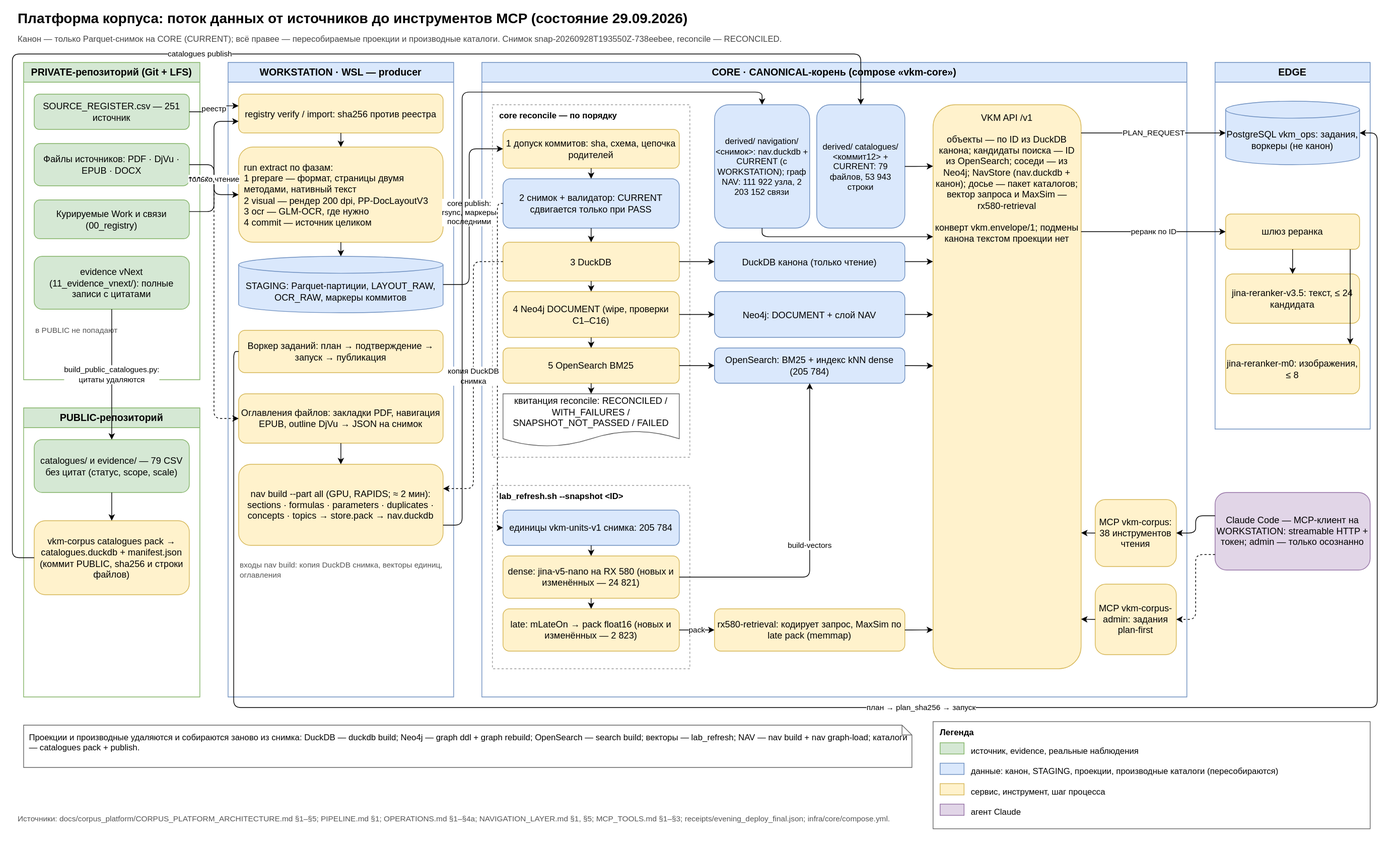
Above: docs/diagrams/platform_data_flow.svg in SUKUNA-AI/vkm-subsidence-forecasting (draw.io), before the change. Source tidied: cells renumbered, new cells last; positions are measured from the earlier drawing's top-left corner, leaving out a move shared by most shapes.
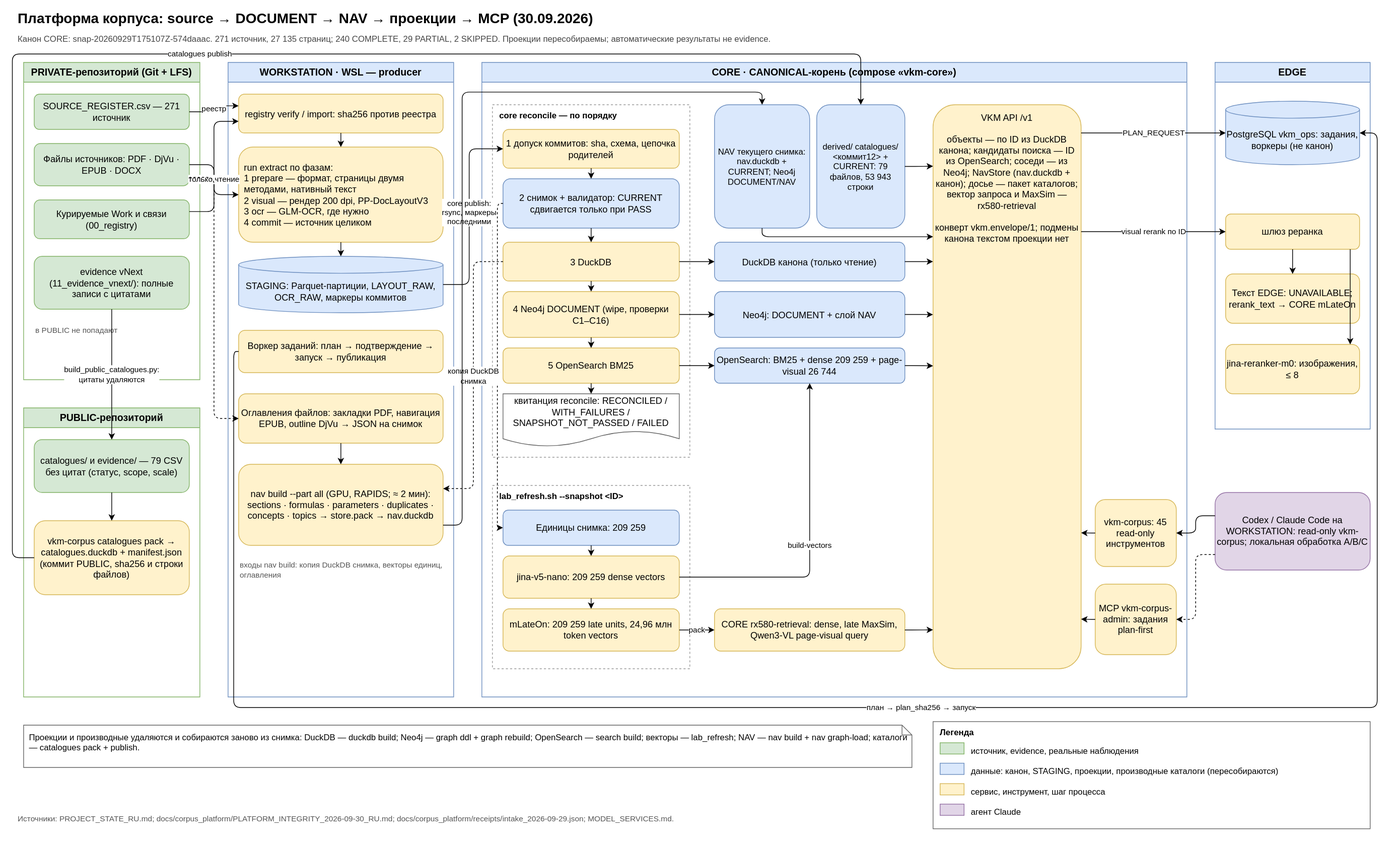
The same file after the commit.

What changed in the source:
```diff
@@ -2,16 +2,16 @@
   <root>
     <mxCell id="0" />
     <mxCell id="1" parent="0" />
-    <mxCell id="2" value="Платформа корпуса: поток данных от источников до инструментов MCP (состояние 29.09.2026)" style="text;align=left;fontSize=20;fontStyle=1;html=1;verticalAlign=middle;whiteSpace=wrap;" parent="1" vertex="1">
+    <mxCell id="2" value="Платформа корпуса: source → DOCUMENT → NAV → проекции → MCP (30.09.2026)" style="text;align=left;fontSize=20;fontStyle=1;html=1;verticalAlign=middle;whiteSpace=wrap;" parent="1" vertex="1">
       <mxGeometry x="6" width="1920" height="30" as="geometry" />
     </mxCell>
-    <mxCell id="3" value="Канон — только Parquet-снимок на CORE (CURRENT); всё правее — пересобираемые проекции и производные каталоги. Снимок snap-20260928T193550Z-738eebee, reconcile — RECONCILED." style="text;align=left;fontColor=#444444;fontSize=12;html=1;verticalAlign=middle;whiteSpace=wrap;" parent="1" vertex="1">
+    <mxCell id="3" value="Канон CORE: snap-20260929T175107Z-574daaac. 271 источник, 27 135 страниц; 240 COMPLETE, 29 PARTIAL, 2 SKIPPED. Проекции пересобираемы; автоматические результаты не evidence." style="text;align=left;fontColor=#444444;fontSize=12;html=1;verticalAlign=middle;whiteSpace=wrap;" parent="1" vertex="1">
       <mxGeometry x="6" y="32" width="1920" height="25" as="geometry" />
     </mxCell>
     <mxCell id="4" value="PRIVATE-репозиторий (Git + LFS)" style="swimlane;fillColor=#d5e8d4;fontSize=14;fontStyle=1;html=1;rounded=0;startSize=28;strokeColor=#82b366;swimlaneFillColor=#ffffff;whiteSpace=wrap;" parent="1" vertex="1">
       <mxGeometry x="16" y="78" width="250" height="450" as="geometry" />
     </mxCell>
-    <mxCell id="5" value="SOURCE_REGISTER.csv — 251 источник" style="fillColor=#d5e8d4;fontSize=13;html=1;rounded=1;strokeColor=#82b366;whiteSpace=wrap;" parent="4" vertex="1">
+    <mxCell id="5" value="SOURCE_REGISTER.csv — 271 источник" style="fillColor=#d5e8d4;fontSize=13;html=1;rounded=1;strokeColor=#82b366;whiteSpace=wrap;" parent="4" vertex="1">
       <mxGeometry x="15" y="45" width="220" height="50" as="geometry" />
     </mxCell>
     <mxCell id="6" value="Файлы источников: PDF · DjVu · EPUB · DOCX" style="fillColor=#d5e8d4;fontSize=13;html=1;rounded=1;strokeColor=#82b366;whiteSpace=wrap;" parent="4" vertex="1">
@@ -86,16 +86,16 @@
     <mxCell id="29" value="lab_refresh.sh --snapshot &amp;lt;ID&amp;gt;" style="align=left;dashed=1;fillColor=none;fontSize=12;fontStyle=1;html=1;rounded=0;spacingLeft=8;spacingTop=2;strokeColor=#999999;verticalAlign=top;whiteSpace=wrap;" parent="21" vertex="1">
       <mxGeometry x="15" y="600" width="280" height="260" as="geometry" />
     </mxCell>
-    <mxCell id="30" value="единицы vkm-units-v1 снимка: 205 784" style="fillColor=#dae8fc;fontSize=13;html=1;rounded=1;strokeColor=#6c8ebf;whiteSpace=wrap;" parent="29" vertex="1">
+    <mxCell id="30" value="Единицы снимка: 209 259" style="fillColor=#dae8fc;fontSize=13;html=1;rounded=1;strokeColor=#6c8ebf;whiteSpace=wrap;" parent="29" vertex="1">
       <mxGeometry x="15" y="35" width="250" height="50" as="geometry" />
     </mxCell>
-    <mxCell id="31" value="dense: jina-v5-nano на RX 580 (новых и изменённых — 24 821)" style="fillColor=#fff2cc;fontSize=13;html=1;rounded=1;strokeColor=#d6b656;whiteSpace=wrap;" parent="29" vertex="1">
+    <mxCell id="31" value="jina-v5-nano: 209 259 dense vectors" style="fillColor=#fff2cc;fontSize=13;html=1;rounded=1;strokeColor=#d6b656;whiteSpace=wrap;" parent="29" vertex="1">
       <mxGeometry x="15" y="100" width="250" height="60" as="geometry" />
     </mxCell>
-    <mxCell id="32" value="late: mLateOn → pack float16 (новых и изменённых — 2 823)" style="fillColor=#fff2cc;fontSize=13;html=1;rounded=1;strokeColor=#d6b656;whiteSpace=wrap;" parent="29" vertex="1">
+    <mxCell id="32" value="mLateOn: 209 259 late units, 24,96 млн token vectors" style="fillColor=#fff2cc;fontSize=13;html=1;rounded=1;strokeColor=#d6b656;whiteSpace=wrap;" parent="29" vertex="1">
       <mxGeometry x="15" y="175" width="250" height="60" as="geometry" />
     </mxCell>
-    <mxCell id="33" value="derived/ navigation/ &amp;lt;снимок&amp;gt;: nav.duckdb + CURRENT (с WORKSTATION); граф NAV: 111 922 узла, 2 203 152 связи" style="fillColor=#dae8fc;fontSize=12;html=1;rounded=1;strokeColor=#6c8ebf;whiteSpace=wrap;" parent="21" vertex="1">
+    <mxCell id="33" value="NAV текущего снимка: nav.duckdb + CURRENT; Neo4j DOCUMENT/NAV" style="fillColor=#dae8fc;fontSize=12;html=1;rounded=1;strokeColor=#6c8ebf;whiteSpace=wrap;" parent="21" vertex="1">
       <mxGeometry x="330" y="60" width="135" height="175" as="geometry" />
     </mxCell>
     <mxCell id="34" value="derived/ catalogues/ &amp;lt;коммит12&amp;gt; + CURRENT: 79 файлов, 53 943 строки" style="fillColor=#dae8fc;fontSize=12;html=1;rounded=1;strokeColor=#6c8ebf;whiteSpace=wrap;" parent="21" vertex="1">
@@ -107,16 +107,16 @@
     <mxCell id="36" value="Neo4j: DOCUMENT + слой NAV" style="fillColor=#dae8fc;fontSize=13;html=1;rounded=1;strokeColor=#6c8ebf;whiteSpace=wrap;" parent="21" vertex="1">
       <mxGeometry x="330" y="325" width="270" height="65" as="geometry" />
     </mxCell>
-    <mxCell id="37" value="OpenSearch: BM25 + индекс kNN dense (205 784)" style="fillColor=#dae8fc;fontSize=13;html=1;rounded=1;strokeColor=#6c8ebf;whiteSpace=wrap;" parent="21" vertex="1">
+    <mxCell id="37" value="OpenSearch: BM25 + dense 209 259 + page-visual 26 744" style="fillColor=#dae8fc;fontSize=13;html=1;rounded=1;strokeColor=#6c8ebf;whiteSpace=wrap;" parent="21" vertex="1">
       <mxGeometry x="330" y="405" width="270" height="50" as="geometry" />
     </mxCell>
-    <mxCell id="38" value="rx580-retrieval: кодирует запрос, MaxSim по late pack (memmap)" style="fillColor=#fff2cc;fontSize=13;html=1;rounded=1;strokeColor=#d6b656;whiteSpace=wrap;" parent="21" vertex="1">
+    <mxCell id="38" value="CORE rx580-retrieval: dense, late MaxSim, Qwen3-VL page-visual query" style="fillColor=#fff2cc;fontSize=13;html=1;rounded=1;strokeColor=#d6b656;whiteSpace=wrap;" parent="21" vertex="1">
       <mxGeometry x="330" y="775" width="270" height="60" as="geometry" />
     </mxCell>
     <mxCell id="39" value="VKM API /v1&lt;br&gt;&lt;br&gt;объекты — по ID из DuckDB канона; кандидаты поиска — ID из OpenSearch; соседи — из Neo4j; NavStore (nav.duckdb + канон); досье — пакет каталогов; вектор запроса и MaxSim — rx580-retrieval&lt;br&gt;&lt;br&gt;конверт vkm.envelope/1; подмены канона текстом проекции нет" style="fillColor=#fff2cc;fontSize=13;html=1;rounded=1;spacingTop=4;strokeColor=#d6b656;verticalAlign=top;whiteSpace=wrap;" parent="21" vertex="1">
       <mxGeometry x="640" y="60" width="210" height="800" as="geometry" />
     </mxCell>
-    <mxCell id="40" value="MCP vkm-corpus: 38 инструментов чтения" style="fillColor=#fff2cc;fontSize=13;html=1;rounded=1;strokeColor=#d6b656;whiteSpace=wrap;" parent="21" vertex="1">
+    <mxCell id="40" value="vkm-corpus: 45 read-only инструментов" style="fillColor=#fff2cc;fontSize=13;html=1;rounded=1;strokeColor=#d6b656;whiteSpace=wrap;" parent="21" vertex="1">
       <mxGeometry x="870" y="620" width="115" height="95" as="geometry" />
     </mxCell>
     <mxCell id="41" value="MCP vkm-corpus-admin: задания plan-first" style="fillColor=#fff2cc;fontSize=13;html=1;rounded=1;strokeColor=#d6b656;whiteSpace=wrap;" parent="21" vertex="1">
@@ -131,13 +131,13 @@
     <mxCell id="44" value="шлюз реранка" style="fillColor=#fff2cc;fontSize=13;html=1;rounded=1;strokeColor=#d6b656;whiteSpace=wrap;" parent="42" vertex="1">
       <mxGeometry x="15" y="215" width="190" height="50" as="geometry" />
     </mxCell>
-    <mxCell id="45" value="jina-reranker-v3.5: текст, ≤ 24 кандидата" style="fillColor=#fff2cc;fontSize=13;html=1;rounded=1;strokeColor=#d6b656;whiteSpace=wrap;" parent="42" vertex="1">
+    <mxCell id="45" value="Текст EDGE: UNAVAILABLE; rerank_text → CORE mLateOn" style="fillColor=#fff2cc;fontSize=13;html=1;rounded=1;strokeColor=#d6b656;whiteSpace=wrap;" parent="42" vertex="1">
       <mxGeometry x="15" y="300" width="190" height="70" as="geometry" />
     </mxCell>
     <mxCell id="46" value="jina-reranker-m0: изображения, ≤ 8" style="fillColor=#fff2cc;fontSize=13;html=1;rounded=1;strokeColor=#d6b656;whiteSpace=wrap;" parent="42" vertex="1">
       <mxGeometry x="15" y="400" width="190" height="70" as="geometry" />
     </mxCell>
-    <mxCell id="47" value="Claude Code — MCP-клиент на WORKSTATION: streamable HTTP + токен; admin — только осознанно" style="fillColor=#e1d5e7;fontSize=13;html=1;rounded=1;strokeColor=#9673a6;whiteSpace=wrap;" parent="1" vertex="1">
+    <mxCell id="47" value="Codex / Claude Code на WORKSTATION: read-only vkm-corpus; локальная обработка A/B/C" style="fillColor=#e1d5e7;fontSize=13;html=1;rounded=1;strokeColor=#9673a6;whiteSpace=wrap;" parent="1" vertex="1">
       <mxGeometry x="1706" y="688" width="220" height="110" as="geometry" />
     </mxCell>
     <mxCell id="48" value="Проекции и производные удаляются и собираются заново из снимка: DuckDB — duckdb build; Neo4j — graph ddl + graph rebuild; OpenSearch — search build; векторы — lab_refresh; NAV — nav build + nav graph-load; каталоги — catalogues pack + publish." style="align=left;backgroundOutline=1;fillColor=#ffffff;fontSize=12;html=1;shape=note;size=14;spacingLeft=6;spacingTop=4;strokeColor=#666666;verticalAlign=top;whiteSpace=wrap;" parent="1" vertex="1">
@@ -170,7 +170,7 @@
     <mxCell id="57" value="агент Claude" style="text;align=left;fontSize=12;html=1;verticalAlign=top;whiteSpace=wrap;" parent="49" vertex="1">
       <mxGeometry x="52" y="115" width="560" height="25" as="geometry" />
     </mxCell>
-    <mxCell id="58" value="Источники: docs/corpus_platform/CORPUS_PLATFORM_ARCHITECTURE.md §1–§5; PIPELINE.md §1; OPERATIONS.md §1–§4a; NAVIGATION_LAYER.md §1, §5; MCP_TOOLS.md §1–§3; receipts/evening_deploy_final.json; infra/core/compose.yml." style="text;align=left;fontColor=#555555;fontSize=11;html=1;verticalAlign=middle;whiteSpace=wrap;" parent="1" vertex="1">
+    <mxCell id="58" value="Источники: PROJECT_STATE_RU.md; docs/corpus_platform/PLATFORM_INTEGRITY_2026-09-30_RU.md; docs/corpus_platform/receipts/intake_2026-09-29.json; MODEL_SERVICES.md." style="text;align=left;fontColor=#555555;fontSize=11;html=1;verticalAlign=middle;whiteSpace=wrap;" parent="1" vertex="1">
       <mxGeometry x="6" y="1138" width="1920" height="25" as="geometry" />
     </mxCell>
     <mxCell id="59" value="реестр" style="edgeStyle=orthogonalEdgeStyle;endArrow=classic;entryDx=0;entryDy=0;entryX=0;entryY=0.3;exitDx=0;exitDy=0;exitX=1;exitY=0.5;fontSize=11;html=1;labelBackgroundColor=#ffffff;rounded=1;" parent="1" edge="1" source="5" target="14">
@@ -307,7 +307,7 @@
     <mxCell id="92" style="edgeStyle=orthogonalEdgeStyle;endArrow=classic;entryDx=0;entryDy=0;entryX=1;entryY=0.912;exitDx=0;exitDy=0;exitX=0;exitY=0.5;fontSize=11;html=1;labelBackgroundColor=#ffffff;rounded=1;" parent="1" edge="1" source="41" target="39">
       <mxGeometry relative="1" as="geometry" />
     </mxCell>
-    <mxCell id="93" value="реранк по ID" style="edgeStyle=orthogonalEdgeStyle;endArrow=classic;entryDx=0;entryDy=0;entryX=0;entryY=0.5;exitDx=0;exitDy=0;exitX=1;exitY=0.225;fontSize=11;html=1;labelBackgroundColor=#ffffff;rounded=1;" parent="1" edge="1" source="39" target="44">
+    <mxCell id="93" value="visual rerank по ID" style="edgeStyle=orthogonalEdgeStyle;endArrow=classic;entryDx=0;entryDy=0;entryX=0;entryY=0.5;exitDx=0;exitDy=0;exitX=1;exitY=0.225;fontSize=11;html=1;labelBackgroundColor=#ffffff;rounded=1;" parent="1" edge="1" source="39" target="44">
       <mxGeometry relative="1" as="geometry" />
     </mxCell>
     <mxCell id="94" value="PLAN_REQUEST" style="edgeStyle=orthogonalEdgeStyle;endArrow=classic;entryDx=0;entryDy=0;entryX=0;entryY=0.5;exitDx=0;exitDy=0;exitX=1;exitY=0.05;fontSize=11;html=1;labelBackgroundColor=#ffffff;rounded=1;" parent="1" edge="1" source="39" target="43">
```
